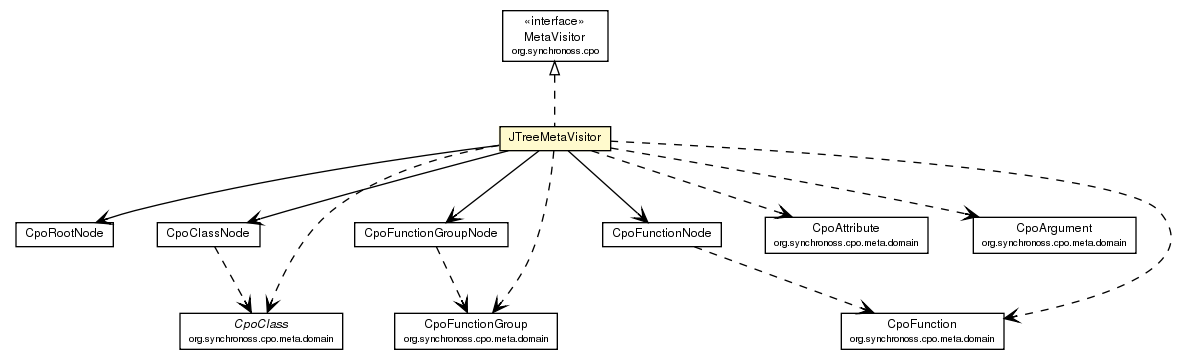
Earlier version of the Graphviz export site/apidocs/org/synchronoss/cpo/util/JTreeMetaVisitor.png (synchronoss/cpo-util). Its source is kept beside it as site/apidocs/org/synchronoss/cpo/util/JTreeMetaVisitor.dot.
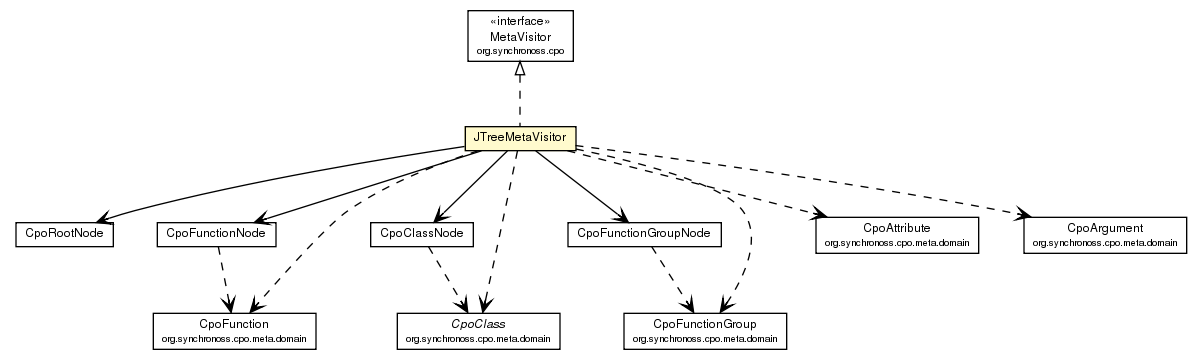
The same diagram one commit later.

What changed in the source:
```diff
@@ -32,39 +32,39 @@
 	c1707:p -> c1723:p [taillabel="", label="", headlabel="", fontname="Helvetica", fontcolor="black", fontsize=10.0, color="black", arrowhead=open];
 	c1707:p -> c1728:p [taillabel="", label="", headlabel="", fontname="Helvetica", fontcolor="black", fontsize=10.0, color="black", arrowhead=open];
 	c1707:p -> c1721:p [taillabel="", label="", headlabel="", fontname="Helvetica", fontcolor="black", fontsize=10.0, color="black", arrowhead=open];
+	c1707:p -> c1765:p [taillabel="", label="", headlabel="", fontname="Helvetica", fontcolor="black", fontsize=10.0, color="black", arrowhead=open, style=dashed];
 	c1707:p -> c1766:p [taillabel="", label="", headlabel="", fontname="Helvetica", fontcolor="black", fontsize=10.0, color="black", arrowhead=open, style=dashed];
-	c1707:p -> c1767:p [taillabel="", label="", headlabel="", fontname="Helvetica", fontcolor="black", fontsize=10.0, color="black", arrowhead=open, style=dashed];
 	c1707:p -> c1768:p [taillabel="", label="", headlabel="", fontname="Helvetica", fontcolor="black", fontsize=10.0, color="black", arrowhead=open, style=dashed];
 	c1707:p -> c1769:p [taillabel="", label="", headlabel="", fontname="Helvetica", fontcolor="black", fontsize=10.0, color="black", arrowhead=open, style=dashed];
 	c1707:p -> c1770:p [taillabel="", label="", headlabel="", fontname="Helvetica", fontcolor="black", fontsize=10.0, color="black", arrowhead=open, style=dashed];
-	c1721:p -> c1770:p [taillabel="", label="", headlabel="", fontname="Helvetica", fontcolor="black", fontsize=10.0, color="black", arrowhead=open, style=dashed];
-	c1723:p -> c1767:p [taillabel="", label="", headlabel="", fontname="Helvetica", fontcolor="black", fontsize=10.0, color="black", arrowhead=open, style=dashed];
-	c1728:p -> c1766:p [taillabel="", label="", headlabel="", fontname="Helvetica", fontcolor="black", fontsize=10.0, color="black", arrowhead=open, style=dashed];
-	c1767 [label=<<table border="0" cellborder="1" cellspacing="0" cellpadding="2" port="p" href="http://java.sun.com/j2se/1.4.2/docs/api/org/synchronoss/cpo/meta/domain/CpoClass.html">
+	c1721:p -> c1765:p [taillabel="", label="", headlabel="", fontname="Helvetica", fontcolor="black", fontsize=10.0, color="black", arrowhead=open, style=dashed];
+	c1723:p -> c1766:p [taillabel="", label="", headlabel="", fontname="Helvetica", fontcolor="black", fontsize=10.0, color="black", arrowhead=open, style=dashed];
+	c1728:p -> c1768:p [taillabel="", label="", headlabel="", fontname="Helvetica", fontcolor="black", fontsize=10.0, color="black", arrowhead=open, style=dashed];
+	c1766 [label=<<table border="0" cellborder="1" cellspacing="0" cellpadding="2" port="p" href="http://java.sun.com/j2se/1.4.2/docs/api/org/synchronoss/cpo/meta/domain/CpoClass.html">
 		<tr><td><table border="0" cellspacing="0" cellpadding="1">
 			<tr><td><font face="Helvetica-Oblique"> CpoClass </font></td></tr>
 			<tr><td><font point-size="7.0"> org.synchronoss.cpo.meta.domain </font></td></tr>
 		</table></td></tr>
 		</table>>, fontname="Helvetica", fontcolor="black", fontsize=9.0];
-	c1769 [label=<<table border="0" cellborder="1" cellspacing="0" cellpadding="2" port="p" href="http://java.sun.com/j2se/1.4.2/docs/api/org/synchronoss/cpo/meta/domain/CpoArgument.html">
+	c1770 [label=<<table border="0" cellborder="1" cellspacing="0" cellpadding="2" port="p" href="http://java.sun.com/j2se/1.4.2/docs/api/org/synchronoss/cpo/meta/domain/CpoArgument.html">
 		<tr><td><table border="0" cellspacing="0" cellpadding="1">
 			<tr><td> CpoArgument </td></tr>
 			<tr><td><font point-size="7.0"> org.synchronoss.cpo.meta.domain </font></td></tr>
 		</table></td></tr>
 		</table>>, fontname="Helvetica", fontcolor="black", fontsize=9.0];
-	c1768 [label=<<table border="0" cellborder="1" cellspacing="0" cellpadding="2" port="p" href="http://java.sun.com/j2se/1.4.2/docs/api/org/synchronoss/cpo/meta/domain/CpoAttribute.html">
+	c1769 [label=<<table border="0" cellborder="1" cellspacing="0" cellpadding="2" port="p" href="http://java.sun.com/j2se/1.4.2/docs/api/org/synchronoss/cpo/meta/domain/CpoAttribute.html">
 		<tr><td><table border="0" cellspacing="0" cellpadding="1">
 			<tr><td> CpoAttribute </td></tr>
 			<tr><td><font point-size="7.0"> org.synchronoss.cpo.meta.domain </font></td></tr>
 		</table></td></tr>
 		</table>>, fontname="Helvetica", fontcolor="black", fontsize=9.0];
-	c1770 [label=<<table border="0" cellborder="1" cellspacing="0" cellpadding="2" port="p" href="http://java.sun.com/j2se/1.4.2/docs/api/org/synchronoss/cpo/meta/domain/CpoFunction.html">
+	c1765 [label=<<table border="0" cellborder="1" cellspacing="0" cellpadding="2" port="p" href="http://java.sun.com/j2se/1.4.2/docs/api/org/synchronoss/cpo/meta/domain/CpoFunction.html">
 		<tr><td><table border="0" cellspacing="0" cellpadding="1">
 			<tr><td> CpoFunction </td></tr>
 			<tr><td><font point-size="7.0"> org.synchronoss.cpo.meta.domain </font></td></tr>
 		</table></td></tr>
 		</table>>, fontname="Helvetica", fontcolor="black", fontsize=9.0];
-	c1766 [label=<<table border="0" cellborder="1" cellspacing="0" cellpadding="2" port="p" href="http://java.sun.com/j2se/1.4.2/docs/api/org/synchronoss/cpo/meta/domain/CpoFunctionGroup.html">
+	c1768 [label=<<table border="0" cellborder="1" cellspacing="0" cellpadding="2" port="p" href="http://java.sun.com/j2se/1.4.2/docs/api/org/synchronoss/cpo/meta/domain/CpoFunctionGroup.html">
 		<tr><td><table border="0" cellspacing="0" cellpadding="1">
 			<tr><td> CpoFunctionGroup </td></tr>
 			<tr><td><font point-size="7.0"> org.synchronoss.cpo.meta.domain </font></td></tr>
```
